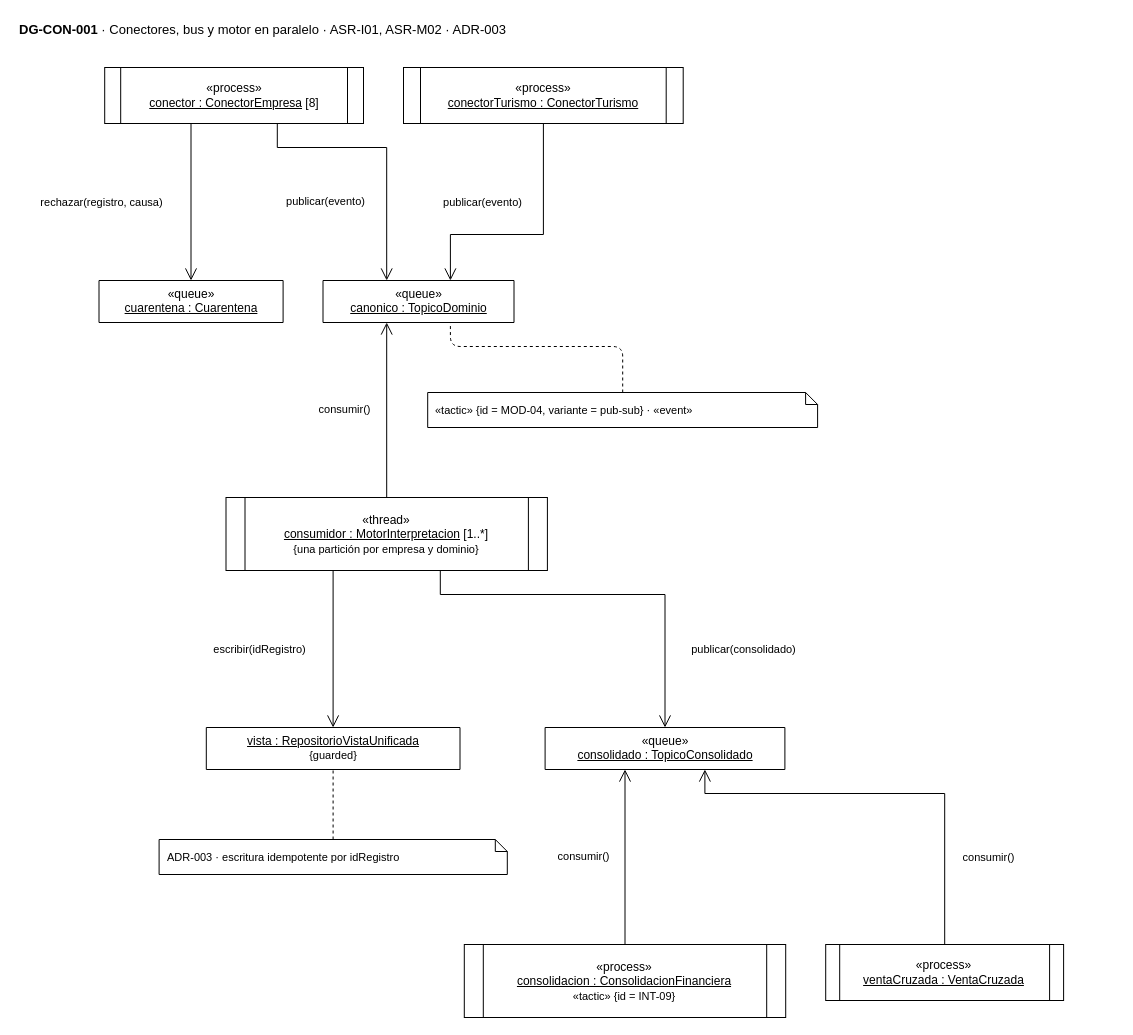
Earlier version of the draw.io diagram page "DG-CON-001 · Lo que corre en paralelo" (1 of 3) of docs/modelos/drawio/Reto3-Vista-Concurrencia.drawio (MATI-MBIT/arqsoft-reto-3). Source tidied: cells renumbered, new cells numbered last; positions are measured from the earlier drawing's top-left corner, leaving out a move shared by most shapes. Both pictures are drawn from the tidied source at 100%, with x=0, y=0 at pixel (17, 17).
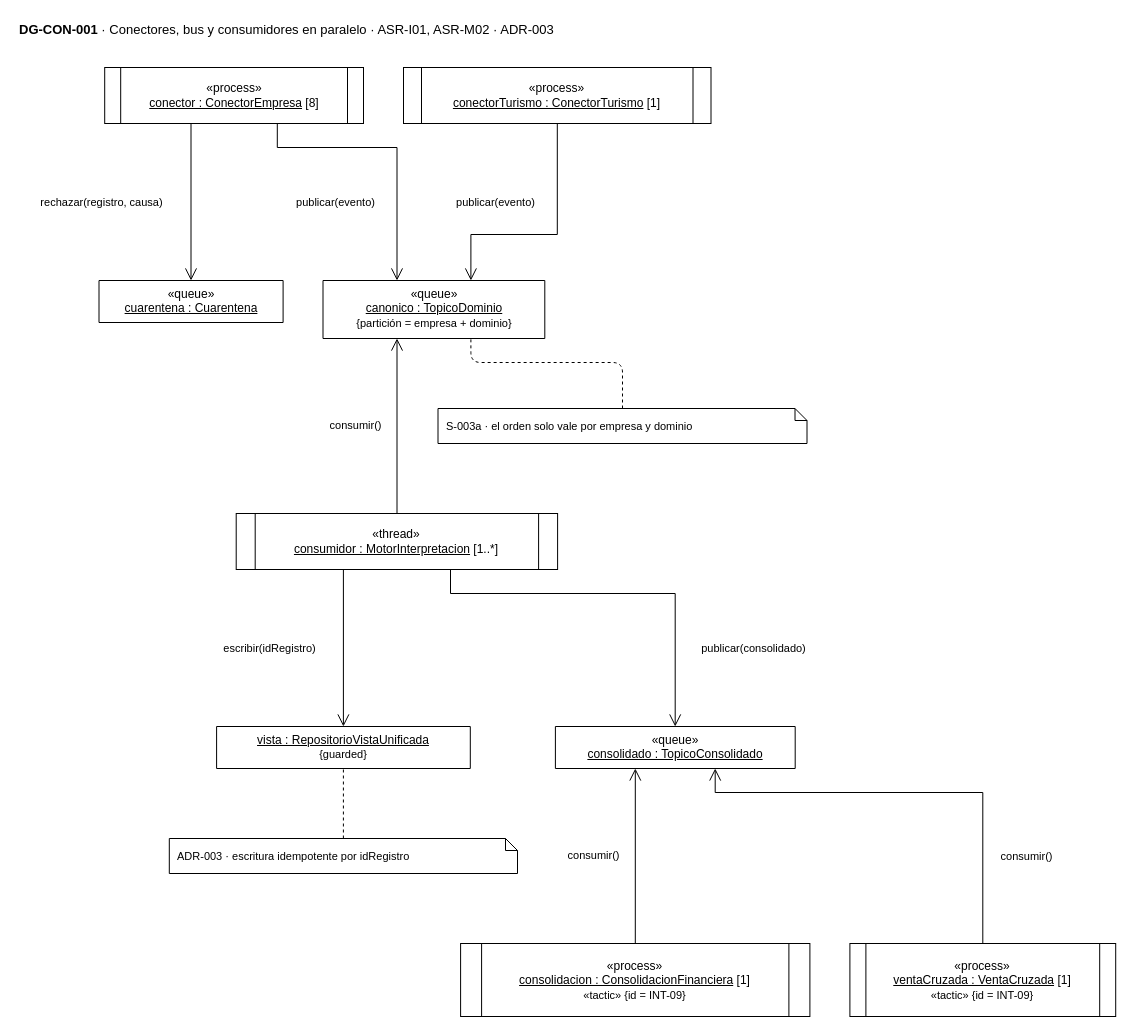
The same page after the edit.

The change refers to these unchanged cells:
```xml
<mxCell id="4" value="«process»&lt;br&gt;&lt;u&gt;conector : ConectorEmpresa&lt;/u&gt; [8]" style="shape=process;whiteSpace=wrap;html=1;backgroundOutline=1;size=0.06;fillColor=#FFFFFF;strokeColor=#000000;fontSize=12;" parent="1" vertex="1">
  <mxGeometry x="87.2" y="50" width="258.8" height="56" as="geometry" />
</mxCell>
```

Change to the diagram source:
```diff
@@
-    <mxCell id="2" value="&lt;b&gt;DG-CON-001&lt;/b&gt; · Conectores, bus y motor en paralelo · ASR-I01, ASR-M02 · ADR-003" style="text;html=1;align=left;verticalAlign=middle;fontSize=13;" parent="1" vertex="1">
-      <mxGeometry width="1046.2" height="24" as="geometry" />
+    <mxCell id="2" value="&lt;b&gt;DG-CON-001&lt;/b&gt; · Conectores, bus y consumidores en paralelo · ASR-I01, ASR-M02 · ADR-003" style="text;html=1;align=left;verticalAlign=middle;fontSize=13;" parent="1" vertex="1">
+      <mxGeometry width="1098.2" height="24" as="geometry" />
     </mxCell>
-    <mxCell id="3" value="«process»&lt;br&gt;&lt;u&gt;conectorTurismo : ConectorTurismo&lt;/u&gt;" style="shape=process;whiteSpace=wrap;html=1;backgroundOutline=1;size=0.06;fillColor=#FFFFFF;strokeColor=#000000;fontSize=12;" parent="1" vertex="1">
-      <mxGeometry x="386" y="50" width="279.7" height="56" as="geometry" />
-    </mxCell>
+    <mxCell id="24" value="«process»&lt;br&gt;&lt;u&gt;conectorTurismo : ConectorTurismo&lt;/u&gt; [1]" style="shape=process;whiteSpace=wrap;html=1;backgroundOutline=1;size=0.06;fillColor=#FFFFFF;strokeColor=#000000;fontSize=12;" parent="1" vertex="1">
+      <mxGeometry x="386" y="50" width="307.5" height="56" as="geometry" />
+    </mxCell>
@@
-    <mxCell id="5" value="«queue»&lt;br&gt;&lt;u&gt;canonico : TopicoDominio&lt;/u&gt;" style="swimlane;fontStyle=0;align=center;verticalAlign=top;horizontal=1;startSize=42;whiteSpace=wrap;html=1;fillColor=#FFFFFF;strokeColor=#000000;fontSize=12;" parent="1" vertex="1">
-      <mxGeometry x="305.5" y="263" width="191" height="42" as="geometry" />
-    </mxCell>
+    <mxCell id="25" value="«queue»&lt;br&gt;&lt;u&gt;canonico : TopicoDominio&lt;/u&gt;&lt;br&gt;&lt;font style=&quot;font-size:11px&quot;&gt;{partición = empresa + dominio}&lt;/font&gt;" style="swimlane;fontStyle=0;align=center;verticalAlign=top;horizontal=1;startSize=58;whiteSpace=wrap;html=1;fillColor=#FFFFFF;strokeColor=#000000;fontSize=12;" parent="1" vertex="1">
+      <mxGeometry x="305.5" y="263" width="221.8" height="58" as="geometry" />
+    </mxCell>
@@
-    <mxCell id="7" value="«thread»&lt;br&gt;&lt;u&gt;consumidor : MotorInterpretacion&lt;/u&gt; [1..*]&lt;br&gt;&lt;font style=&quot;font-size:11px&quot;&gt;{una partición por empresa y dominio}&lt;/font&gt;" style="shape=process;whiteSpace=wrap;html=1;backgroundOutline=1;size=0.06;fillColor=#FFFFFF;strokeColor=#000000;fontSize=12;" parent="1" vertex="1">
-      <mxGeometry x="208.5" y="480" width="321.4" height="73" as="geometry" />
-    </mxCell>
+    <mxCell id="10" value="«thread»&lt;br&gt;&lt;u&gt;consumidor : MotorInterpretacion&lt;/u&gt; [1..*]" style="shape=process;whiteSpace=wrap;html=1;backgroundOutline=1;size=0.06;fillColor=#FFFFFF;strokeColor=#000000;fontSize=12;" parent="1" vertex="1">
+      <mxGeometry x="218.7" y="496" width="321.4" height="56" as="geometry" />
+    </mxCell>
     <mxCell id="8" value="&lt;u&gt;vista : RepositorioVistaUnificada&lt;/u&gt;&lt;br&gt;&lt;font style=&quot;font-size:11px&quot;&gt;{guarded}&lt;/font&gt;" style="swimlane;fontStyle=0;align=center;verticalAlign=top;horizontal=1;startSize=42;whiteSpace=wrap;html=1;fillColor=#FFFFFF;strokeColor=#000000;fontSize=12;" parent="1" vertex="1">
-      <mxGeometry x="188.8" y="710" width="253.7" height="42" as="geometry" />
+      <mxGeometry x="199.1" y="709" width="253.7" height="42" as="geometry" />
     </mxCell>
     <mxCell id="9" value="«queue»&lt;br&gt;&lt;u&gt;consolidado : TopicoConsolidado&lt;/u&gt;" style="swimlane;fontStyle=0;align=center;verticalAlign=top;horizontal=1;startSize=42;whiteSpace=wrap;html=1;fillColor=#FFFFFF;strokeColor=#000000;fontSize=12;" parent="1" vertex="1">
-      <mxGeometry x="527.6" y="710" width="239.8" height="42" as="geometry" />
+      <mxGeometry x="537.9" y="709" width="239.8" height="42" as="geometry" />
     </mxCell>
-    <mxCell id="10" value="«process»&lt;br&gt;&lt;u&gt;consolidacion : ConsolidacionFinanciera&lt;/u&gt;&lt;br&gt;&lt;font style=&quot;font-size:11px&quot;&gt;«tactic» {id = INT-09}&lt;/font&gt;" style="shape=process;whiteSpace=wrap;html=1;backgroundOutline=1;size=0.06;fillColor=#FFFFFF;strokeColor=#000000;fontSize=12;" parent="1" vertex="1">
-      <mxGeometry x="446.8" y="927" width="321.4" height="73" as="geometry" />
-    </mxCell>
+    <mxCell id="26" value="«process»&lt;br&gt;&lt;u&gt;consolidacion : ConsolidacionFinanciera&lt;/u&gt; [1]&lt;br&gt;&lt;font style=&quot;font-size:11px&quot;&gt;«tactic» {id = INT-09}&lt;/font&gt;" style="shape=process;whiteSpace=wrap;html=1;backgroundOutline=1;size=0.06;fillColor=#FFFFFF;strokeColor=#000000;fontSize=12;" parent="1" vertex="1">
+      <mxGeometry x="443.1" y="926" width="349.3" height="73" as="geometry" />
+    </mxCell>
-    <mxCell id="11" value="«process»&lt;br&gt;&lt;u&gt;ventaCruzada : VentaCruzada&lt;/u&gt;" style="shape=process;whiteSpace=wrap;html=1;backgroundOutline=1;size=0.06;fillColor=#FFFFFF;strokeColor=#000000;fontSize=12;" parent="1" vertex="1">
-      <mxGeometry x="808.2" y="927" width="237.9" height="56" as="geometry" />
+    <mxCell id="11" value="«process»&lt;br&gt;&lt;u&gt;ventaCruzada : VentaCruzada&lt;/u&gt; [1]&lt;br&gt;&lt;font style=&quot;font-size:11px&quot;&gt;«tactic» {id = INT-09}&lt;/font&gt;" style="shape=process;whiteSpace=wrap;html=1;backgroundOutline=1;size=0.06;fillColor=#FFFFFF;strokeColor=#000000;fontSize=12;" parent="1" vertex="1">
+      <mxGeometry x="832.4" y="926" width="265.8" height="73" as="geometry" />
     </mxCell>
-    <mxCell id="12" value="«tactic» {id = MOD-04, variante = pub-sub} · «event»" style="shape=note;whiteSpace=wrap;html=1;size=12;fillColor=#FFFFFF;strokeColor=#000000;fontSize=11;align=left;spacingLeft=6;" parent="1" vertex="1">
-      <mxGeometry x="410.2" y="375" width="389.9" height="35" as="geometry" />
+    <mxCell id="12" value="ADR-003 · escritura idempotente por idRegistro" style="shape=note;whiteSpace=wrap;html=1;size=12;fillColor=#FFFFFF;strokeColor=#000000;fontSize=11;align=left;spacingLeft=6;" parent="1" vertex="1">
+      <mxGeometry x="151.8" y="821" width="348.2" height="35" as="geometry" />
     </mxCell>
-    <mxCell id="13" value="ADR-003 · escritura idempotente por idRegistro" style="shape=note;whiteSpace=wrap;html=1;size=12;fillColor=#FFFFFF;strokeColor=#000000;fontSize=11;align=left;spacingLeft=6;" parent="1" vertex="1">
-      <mxGeometry x="141.6" y="822" width="348.2" height="35" as="geometry" />
+    <mxCell id="13" value="S-003a · el orden solo vale por empresa y dominio" style="shape=note;whiteSpace=wrap;html=1;size=12;fillColor=#FFFFFF;strokeColor=#000000;fontSize=11;align=left;spacingLeft=6;" parent="1" vertex="1">
+      <mxGeometry x="420.5" y="391" width="369" height="35" as="geometry" />
     </mxCell>
-    <mxCell id="14" value="publicar(evento)" style="endArrow=open;endSize=10;html=1;rounded=0;fontSize=11;labelBackgroundColor=#ffffff;" parent="1" edge="1" source="3" target="5">
+    <mxCell id="14" value="publicar(evento)" style="endArrow=open;endSize=10;html=1;rounded=0;fontSize=11;labelBackgroundColor=#ffffff;" parent="1" edge="1" source="24" target="25">
       <mxGeometry relative="1" as="geometry">
         <Array as="points">
-          <mxPoint x="525.9" y="106" />
-          <mxPoint x="525.9" y="217" />
-          <mxPoint x="432.9" y="217" />
-          <mxPoint x="432.9" y="263" />
+          <mxPoint x="539.8" y="106" />
+          <mxPoint x="539.8" y="217" />
+          <mxPoint x="453.4" y="217" />
+          <mxPoint x="453.4" y="263" />
         </Array>
-        <mxPoint x="-47.1" y="-32.5" as="offset" />
+        <mxPoint x="-50.3" y="-32.5" as="offset" />
       </mxGeometry>
     </mxCell>
-    <mxCell id="15" value="publicar(evento)" style="endArrow=open;endSize=10;html=1;rounded=0;fontSize=11;labelBackgroundColor=#ffffff;" parent="1" edge="1" source="4" target="5">
+    <mxCell id="15" value="publicar(evento)" style="endArrow=open;endSize=10;html=1;rounded=0;fontSize=11;labelBackgroundColor=#ffffff;" parent="1" edge="1" source="4" target="25">
       <mxGeometry relative="1" as="geometry">
         <Array as="points">
           <mxPoint x="259.8" y="106" />
           <mxPoint x="259.8" y="130" />
-          <mxPoint x="369.2" y="130" />
-          <mxPoint x="369.2" y="263" />
+          <mxPoint x="379.5" y="130" />
+          <mxPoint x="379.5" y="263" />
         </Array>
-        <mxPoint x="-60.8" y="54.5" as="offset" />
+        <mxPoint x="-55.7" y="54.5" as="offset" />
       </mxGeometry>
     </mxCell>
@@
-    <mxCell id="17" value="consumir()" style="endArrow=open;endSize=10;html=1;rounded=0;fontSize=11;labelBackgroundColor=#ffffff;flujo=inverso;" parent="1" edge="1" source="7" target="5">
+    <mxCell id="17" value="consumir()" style="endArrow=open;endSize=10;html=1;rounded=0;fontSize=11;labelBackgroundColor=#ffffff;flujo=inverso;" parent="1" edge="1" source="10" target="25">
       <mxGeometry relative="1" as="geometry">
         <Array as="points">
-          <mxPoint x="369.2" y="480" />
-          <mxPoint x="369.2" y="305" />
+          <mxPoint x="379.5" y="496" />
+          <mxPoint x="379.5" y="321" />
         </Array>
         <mxPoint x="-41.9" as="offset" />
       </mxGeometry>
     </mxCell>
-    <mxCell id="18" value="escribir(idRegistro)" style="endArrow=open;endSize=10;html=1;rounded=0;fontSize=11;labelBackgroundColor=#ffffff;" parent="1" edge="1" source="7" target="8">
+    <mxCell id="18" value="escribir(idRegistro)" style="endArrow=open;endSize=10;html=1;rounded=0;fontSize=11;labelBackgroundColor=#ffffff;" parent="1" edge="1" source="10" target="8">
       <mxGeometry relative="1" as="geometry">
         <Array as="points">
-          <mxPoint x="315.6" y="553" />
-          <mxPoint x="315.6" y="710" />
+          <mxPoint x="325.9" y="552" />
+          <mxPoint x="325.9" y="709" />
         </Array>
         <mxPoint x="-73.8" as="offset" />
       </mxGeometry>
     </mxCell>
-    <mxCell id="19" value="publicar(consolidado)" style="endArrow=open;endSize=10;html=1;rounded=0;fontSize=11;labelBackgroundColor=#ffffff;" parent="1" edge="1" source="7" target="9">
+    <mxCell id="19" value="publicar(consolidado)" style="endArrow=open;endSize=10;html=1;rounded=0;fontSize=11;labelBackgroundColor=#ffffff;" parent="1" edge="1" source="10" target="9">
       <mxGeometry relative="1" as="geometry">
         <Array as="points">
-          <mxPoint x="422.8" y="553" />
-          <mxPoint x="422.8" y="577" />
-          <mxPoint x="647.5" y="577" />
-          <mxPoint x="647.5" y="710" />
+          <mxPoint x="433" y="552" />
+          <mxPoint x="433" y="576" />
+          <mxPoint x="657.7" y="576" />
+          <mxPoint x="657.7" y="709" />
         </Array>
         <mxPoint x="135.8" y="54.5" as="offset" />
       </mxGeometry>
     </mxCell>
-    <mxCell id="20" value="consumir()" style="endArrow=open;endSize=10;html=1;rounded=0;fontSize=11;labelBackgroundColor=#ffffff;flujo=inverso;" parent="1" edge="1" source="10" target="9">
+    <mxCell id="20" value="consumir()" style="endArrow=open;endSize=10;html=1;rounded=0;fontSize=11;labelBackgroundColor=#ffffff;flujo=inverso;" parent="1" edge="1" source="26" target="9">
       <mxGeometry relative="1" as="geometry">
         <Array as="points">
-          <mxPoint x="607.5" y="927" />
-          <mxPoint x="607.5" y="752" />
+          <mxPoint x="617.8" y="926" />
+          <mxPoint x="617.8" y="751" />
         </Array>
         <mxPoint x="-41.9" as="offset" />
       </mxGeometry>
     </mxCell>
     <mxCell id="21" value="consumir()" style="endArrow=open;endSize=10;html=1;rounded=0;fontSize=11;labelBackgroundColor=#ffffff;flujo=inverso;" parent="1" edge="1" source="11" target="9">
       <mxGeometry relative="1" as="geometry">
         <Array as="points">
-          <mxPoint x="927.2" y="927" />
-          <mxPoint x="927.2" y="776" />
-          <mxPoint x="687.4" y="776" />
-          <mxPoint x="687.4" y="752" />
+          <mxPoint x="965.3" y="926" />
+          <mxPoint x="965.3" y="775" />
+          <mxPoint x="697.7" y="775" />
+          <mxPoint x="697.7" y="751" />
         </Array>
-        <mxPoint x="99.3" y="63.5" as="offset" />
+        <mxPoint x="113.2" y="63.5" as="offset" />
       </mxGeometry>
     </mxCell>
-    <mxCell id="22" style="endArrow=none;dashed=1;html=1;" parent="1" edge="1" source="12" target="5">
+    <mxCell id="22" style="endArrow=none;dashed=1;html=1;" parent="1" edge="1" source="12" target="8">
       <mxGeometry relative="1" as="geometry">
         <Array as="points">
-          <mxPoint x="605.2" y="375" />
-          <mxPoint x="605.2" y="329" />
-          <mxPoint x="432.9" y="329" />
-          <mxPoint x="432.9" y="305" />
+          <mxPoint x="325.9" y="821" />
+          <mxPoint x="325.9" y="751" />
         </Array>
       </mxGeometry>
     </mxCell>
-    <mxCell id="23" style="endArrow=none;dashed=1;html=1;" parent="1" edge="1" source="13" target="8">
+    <mxCell id="23" style="endArrow=none;dashed=1;html=1;" parent="1" edge="1" source="13" target="25">
       <mxGeometry relative="1" as="geometry">
         <Array as="points">
-          <mxPoint x="315.6" y="822" />
-          <mxPoint x="315.6" y="752" />
+          <mxPoint x="605" y="391" />
+          <mxPoint x="605" y="345" />
+          <mxPoint x="453.4" y="345" />
+          <mxPoint x="453.4" y="321" />
         </Array>
       </mxGeometry>
     </mxCell>
```
